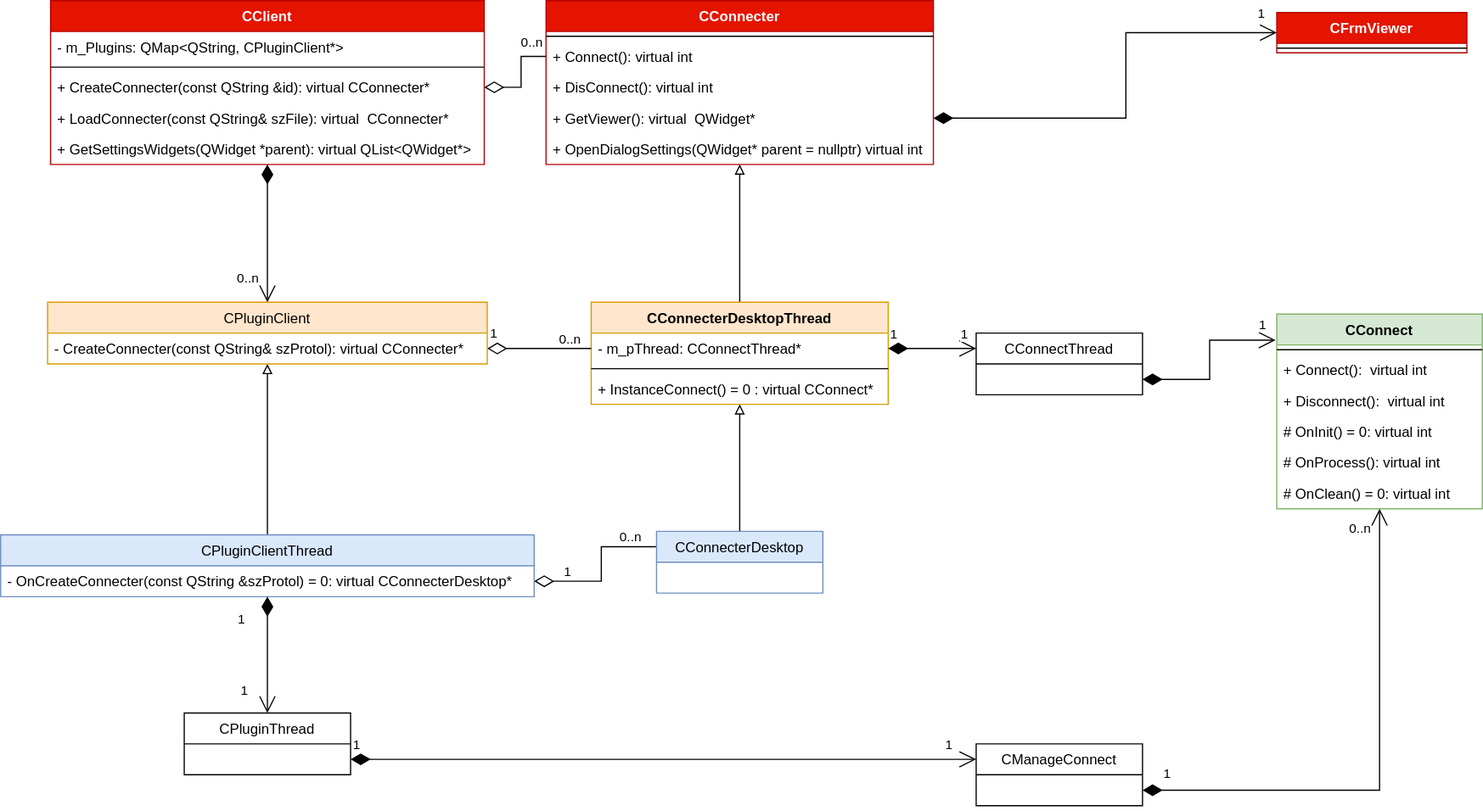
The draw.io diagram docs/Image/PluginClientAPI.svg in KangLin/RabbitRemoteControl, before a commit. Source tidied: cells renumbered, new cells last; positions are measured from the earlier drawing's top-left corner, leaving out a move shared by most shapes.
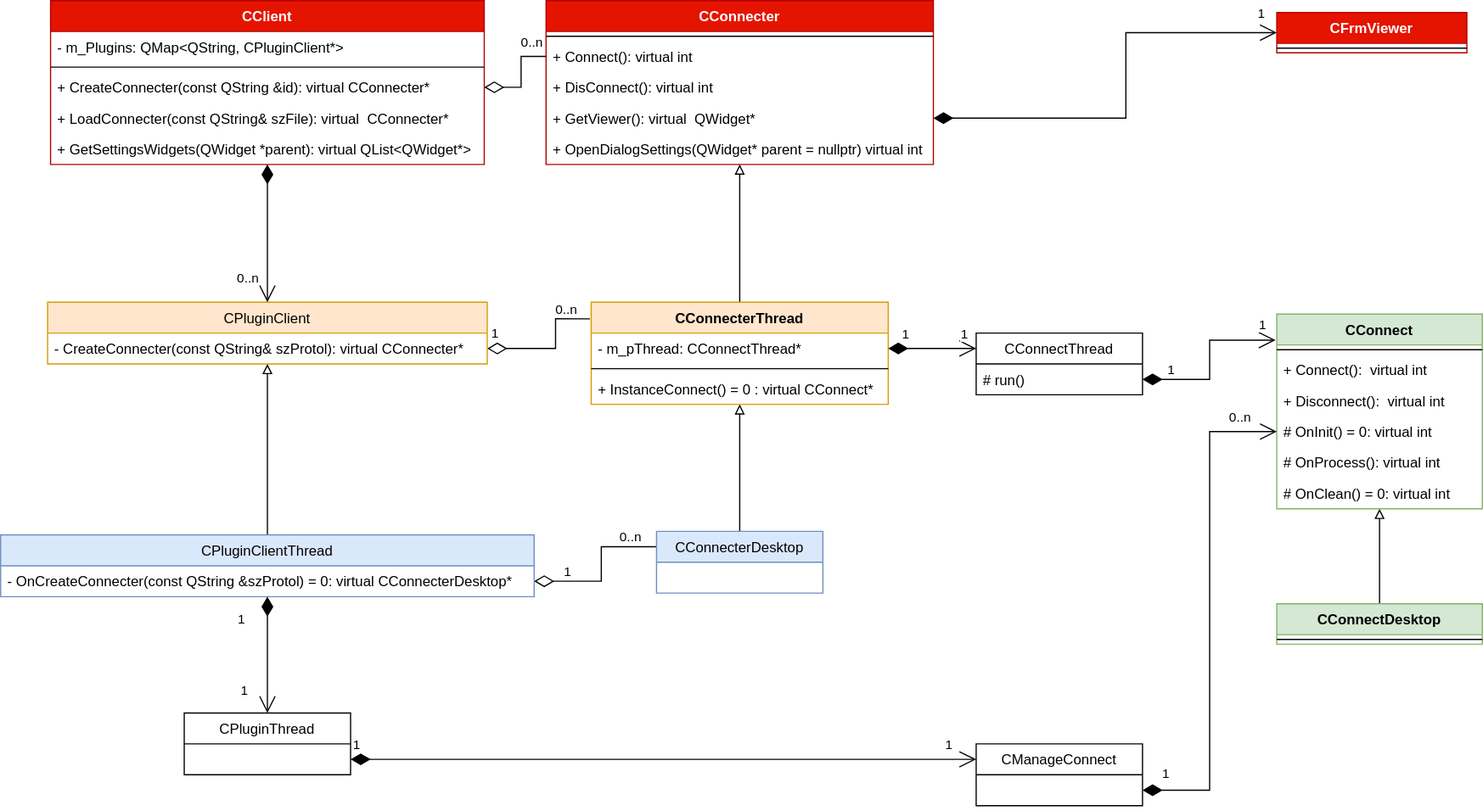
After the commit.

Diff of the diagram source:
```diff
@@ -44,7 +44,7 @@
     <mxCell id="15" style="edgeStyle=orthogonalEdgeStyle;rounded=0;jettySize=auto;html=1;entryX=0.5;entryY=0;entryDx=0;entryDy=0;startArrow=block;startFill=0;endArrow=none;endFill=0;" parent="1" edge="1" source="16" target="41">
       <mxGeometry relative="1" as="geometry" />
     </mxCell>
-    <mxCell id="16" value="CConnecterDesktopThread&#10;" style="swimlane;fontStyle=1;align=center;verticalAlign=top;horizontal=1;startSize=26;fillColor=#ffe6cc;strokeColor=#d79b00;" parent="1" vertex="1">
+    <mxCell id="16" value="CConnecterThread&#10;" style="swimlane;fontStyle=1;align=center;verticalAlign=top;horizontal=1;startSize=26;fillColor=#ffe6cc;strokeColor=#d79b00;" parent="1" vertex="1">
       <mxGeometry x="497" y="254" width="250" height="86" as="geometry" />
     </mxCell>
     <mxCell id="17" value="- m_pThread: CConnectThread*" style="text;strokeColor=none;fillColor=none;align=left;verticalAlign=top;spacingLeft=4;spacingRight=4;overflow=hidden;points=[[0,0.5],[1,0.5]];portConstraint=eastwest;" parent="16" vertex="1">
@@ -62,6 +62,9 @@
     <mxCell id="21" style="line;strokeWidth=1;fillColor=none;align=left;verticalAlign=middle;spacingTop=-1;spacingLeft=3;spacingRight=3;labelPosition=right;" parent="20" vertex="1">
       <mxGeometry y="26" width="160" height="8" as="geometry" />
     </mxCell>
+    <mxCell id="60" style="edgeStyle=orthogonalEdgeStyle;rounded=0;jettySize=auto;html=1;endArrow=none;endFill=0;startArrow=block;startFill=0;" parent="1" edge="1" source="22" target="63">
+      <mxGeometry relative="1" as="geometry" />
+    </mxCell>
     <mxCell id="22" value="CConnect" style="swimlane;fontStyle=1;align=center;verticalAlign=top;horizontal=1;startSize=26;fillColor=#d5e8d4;strokeColor=#82b366;" parent="1" vertex="1">
       <mxGeometry x="1074" y="264" width="173" height="164" as="geometry" />
     </mxCell>
@@ -83,11 +86,11 @@
     <mxCell id="28" value="# OnClean() = 0: virtual int" style="text;strokeColor=none;fillColor=none;align=left;verticalAlign=top;spacingLeft=4;spacingRight=4;overflow=hidden;" parent="22" vertex="1">
       <mxGeometry y="138" width="173" height="26" as="geometry" />
     </mxCell>
-    <mxCell id="29" style="edgeStyle=orthogonalEdgeStyle;rounded=0;jettySize=auto;html=1;startArrow=diamondThin;startFill=0;endArrow=none;endFill=0;exitX=1;exitY=0.5;exitDx=0;exitDy=0;startSize=14;entryX=0;entryY=0.5;entryDx=0;entryDy=0;" parent="1" edge="1" source="34" target="17">
+    <mxCell id="29" style="edgeStyle=orthogonalEdgeStyle;rounded=0;jettySize=auto;html=1;startArrow=diamondThin;startFill=0;endArrow=none;endFill=0;exitX=1;exitY=0.5;exitDx=0;exitDy=0;startSize=14;entryX=-0.004;entryY=0.163;entryDx=0;entryDy=0;entryPerimeter=0;" parent="1" edge="1" source="34" target="16">
       <mxGeometry relative="1" as="geometry">
         <Array as="points">
           <mxPoint x="467" y="293" />
-          <mxPoint x="467" y="293" />
+          <mxPoint x="467" y="268" />
         </Array>
       </mxGeometry>
     </mxCell>
@@ -113,6 +116,9 @@
     <mxCell id="35" value="CConnectThread" style="swimlane;fontStyle=0;horizontal=1;startSize=26;fillColor=none;" parent="1" vertex="1">
       <mxGeometry x="821" y="280" width="140" height="52" as="geometry" />
     </mxCell>
+    <mxCell id="61" value="# run()" style="text;strokeColor=none;fillColor=none;align=left;verticalAlign=top;spacingLeft=4;spacingRight=4;overflow=hidden;whiteSpace=wrap;html=1;" parent="35" vertex="1">
+      <mxGeometry y="26" width="140" height="26" as="geometry" />
+    </mxCell>
     <mxCell id="36" style="edgeStyle=orthogonalEdgeStyle;rounded=0;jettySize=auto;html=1;entryX=0;entryY=0.25;entryDx=0;entryDy=0;startArrow=diamondThin;startFill=0;endArrow=none;endFill=0;exitX=1;exitY=0.5;exitDx=0;exitDy=0;startSize=14;endSize=12;" parent="1" edge="1" source="40" target="41">
       <mxGeometry relative="1" as="geometry" />
     </mxCell>
@@ -150,19 +156,19 @@
       </mxGeometry>
     </mxCell>
     <mxCell id="46" value="1" style="endArrow=open;html=1;endSize=12;startArrow=diamondThin;startSize=14;startFill=1;edgeStyle=orthogonalEdgeStyle;align=left;verticalAlign=bottom;rounded=0;exitX=1;exitY=0.5;exitDx=0;exitDy=0;entryX=0;entryY=0.25;entryDx=0;entryDy=0;" parent="1" edge="1" source="17" target="35">
-      <mxGeometry x="-1" y="3" relative="1" as="geometry" />
+      <mxGeometry x="-0.73" y="3" relative="1" as="geometry" />
     </mxCell>
     <mxCell id="47" value="1" style="edgeLabel;html=1;align=center;verticalAlign=middle;" parent="46" vertex="1">
       <mxGeometry x="0.71" y="-1" relative="1" as="geometry">
         <mxPoint y="-14" as="offset" />
       </mxGeometry>
     </mxCell>
-    <mxCell id="48" value="1" style="endArrow=open;html=1;endSize=12;startArrow=diamondThin;startSize=14;startFill=1;edgeStyle=orthogonalEdgeStyle;align=left;verticalAlign=bottom;rounded=0;exitX=1;exitY=0.75;exitDx=0;exitDy=0;" parent="1" edge="1" source="43" target="22">
+    <mxCell id="48" value="1" style="endArrow=open;html=1;endSize=12;startArrow=diamondThin;startSize=14;startFill=1;edgeStyle=orthogonalEdgeStyle;align=left;verticalAlign=bottom;rounded=0;exitX=1;exitY=0.75;exitDx=0;exitDy=0;entryX=0;entryY=0.5;entryDx=0;entryDy=0;" parent="1" edge="1" source="43" target="26">
       <mxGeometry x="-0.93" y="5" relative="1" as="geometry" />
     </mxCell>
     <mxCell id="49" value="&lt;div&gt;0..n&lt;/div&gt;" style="edgeLabel;html=1;align=center;verticalAlign=middle;" parent="48" vertex="1">
       <mxGeometry x="0.93" y="1" relative="1" as="geometry">
-        <mxPoint x="-16" as="offset" />
+        <mxPoint x="-16" y="-12" as="offset" />
       </mxGeometry>
     </mxCell>
     <mxCell id="50" style="endArrow=open;html=1;endSize=12;startArrow=diamondThin;startSize=14;startFill=1;edgeStyle=orthogonalEdgeStyle;align=left;verticalAlign=bottom;rounded=0;exitX=1;exitY=0.75;exitDx=0;exitDy=0;entryX=-0.006;entryY=0.134;entryDx=0;entryDy=0;entryPerimeter=0;" parent="1" edge="1" source="35" target="22">
@@ -173,6 +179,11 @@
         <mxPoint y="-15" as="offset" />
       </mxGeometry>
     </mxCell>
+    <mxCell id="62" value="1" style="edgeLabel;html=1;align=center;verticalAlign=middle;" parent="50" vertex="1">
+      <mxGeometry x="-0.68" y="-2" relative="1" as="geometry">
+        <mxPoint y="-11" as="offset" />
+      </mxGeometry>
+    </mxCell>
     <mxCell id="52" style="endArrow=open;html=1;endSize=12;startArrow=diamondThin;startSize=14;startFill=1;edgeStyle=orthogonalEdgeStyle;align=left;verticalAlign=bottom;rounded=0;exitX=1;exitY=0.5;exitDx=0;exitDy=0;entryX=0;entryY=0.5;entryDx=0;entryDy=0;" parent="1" edge="1" source="12" target="20">
       <mxGeometry x="-0.93" y="19" relative="1" as="geometry">
         <Array as="points">
@@ -210,5 +221,11 @@
         <mxPoint x="-17" as="offset" />
       </mxGeometry>
     </mxCell>
+    <mxCell id="63" value="CConnectDesktop" style="swimlane;fontStyle=1;align=center;verticalAlign=top;horizontal=1;startSize=26;fillColor=#d5e8d4;strokeColor=#82b366;" parent="1" vertex="1">
+      <mxGeometry x="1074" y="508" width="173" height="34" as="geometry" />
+    </mxCell>
+    <mxCell id="64" style="line;strokeWidth=1;fillColor=none;align=left;verticalAlign=middle;spacingTop=-1;spacingLeft=3;spacingRight=3;labelPosition=right;" parent="63" vertex="1">
+      <mxGeometry y="26" width="173" height="8" as="geometry" />
+    </mxCell>
   </root>
 </mxGraphModel>
```
